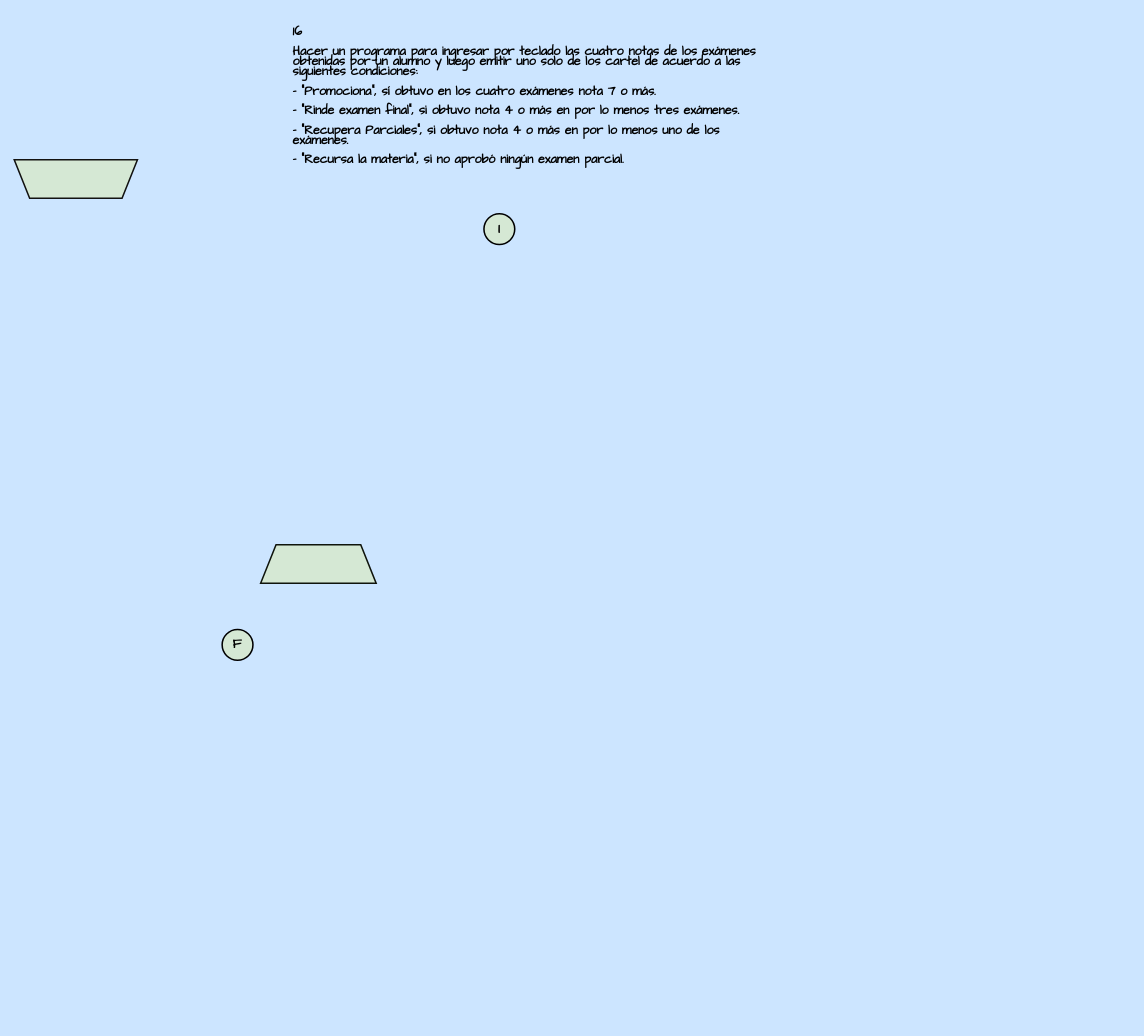
SASOPELANA/UTN_PROGRAMACION1 keeps this draw.io diagram as Unidad2_Condicionales/Diagramas_de_Flujos/Ejercicio16.drawio. Above is the earlier version. Source tidied: cells renumbered, new cells numbered last; positions are measured from the earlier drawing's top-left corner, leaving out a move shared by most shapes. Both pictures are drawn from the tidied source at 77%, with x=0, y=0 at pixel (14, 13).
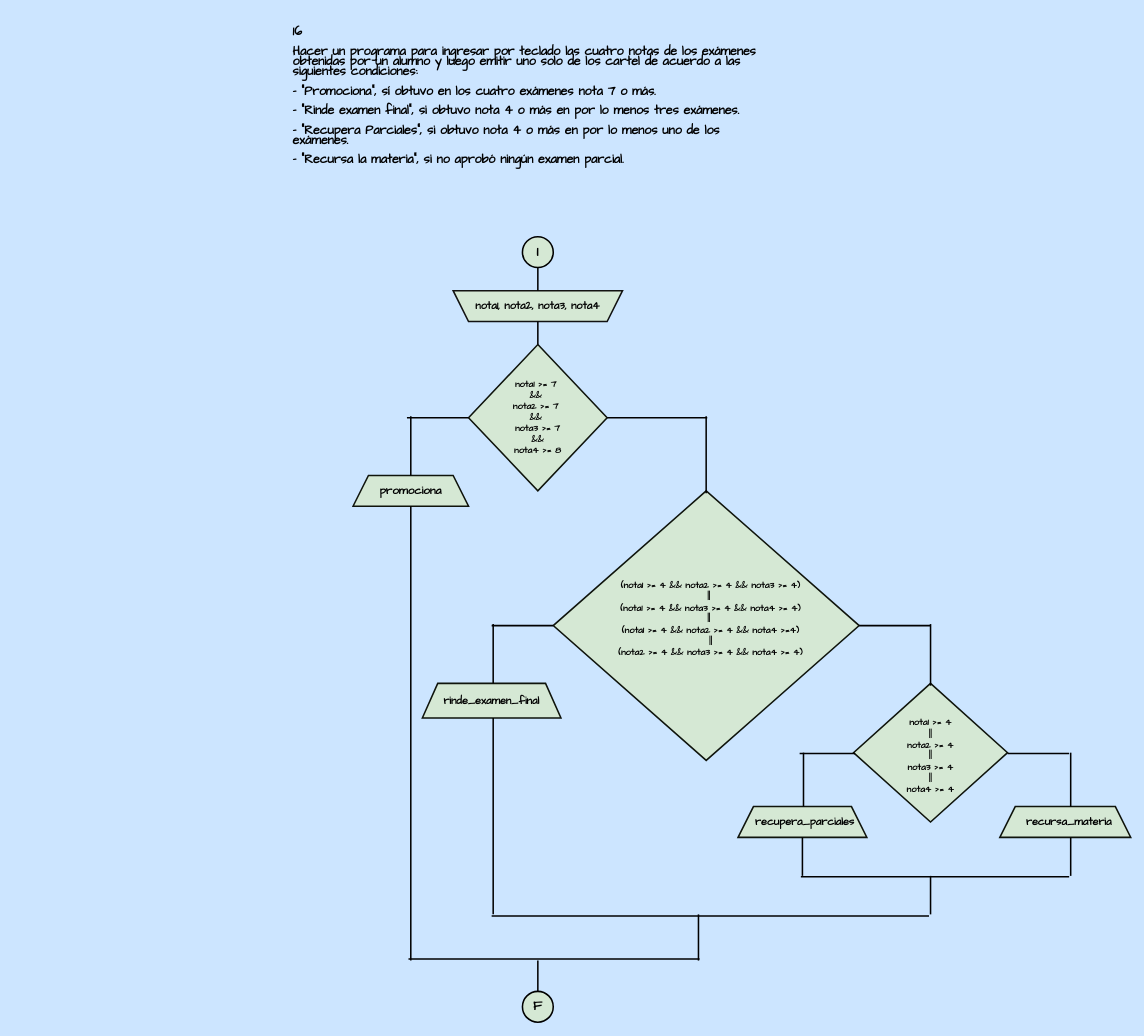
The same diagram, later.

What changed in the source:
```diff
@@
-    <mxCell id="3" style="shape=trapezoid;perimeter=trapezoidPerimeter;whiteSpace=wrap;html=1;fixedSize=1;rounded=0;labelBackgroundColor=none;strokeColor=#121211;strokeWidth=2;align=center;verticalAlign=middle;fontFamily=Helvetica;fontSize=12;fontColor=default;fillColor=#d5e8d4;direction=west;" parent="1" vertex="1">
-      <mxGeometry y="190" width="160" height="50" as="geometry" />
-    </mxCell>
-    <mxCell id="4" style="shape=trapezoid;perimeter=trapezoidPerimeter;whiteSpace=wrap;html=1;fixedSize=1;rounded=0;labelBackgroundColor=none;strokeColor=#0F140C;strokeWidth=2;align=center;verticalAlign=middle;fontFamily=Helvetica;fontSize=12;fontColor=default;fillColor=#d5e8d4;" parent="1" vertex="1">
-      <mxGeometry x="320" y="690" width="150" height="50" as="geometry" />
-    </mxCell>
+    <mxCell id="11" style="group;" parent="1" vertex="1">
+      <mxGeometry x="440" y="290" width="1010" height="1020" as="geometry" />
+    </mxCell>
-    <mxCell id="5" style="group;" parent="1" vertex="1">
-      <mxGeometry x="610" y="260" width="40" height="40" as="geometry" />
+    <mxCell id="5" style="group;" parent="11" vertex="1">
+      <mxGeometry x="220" width="40" height="40" as="geometry" />
     </mxCell>
@@
-    <mxCell id="8" style="group;" parent="1" vertex="1">
-      <mxGeometry x="270" y="800" width="40" height="40" as="geometry" />
+    <mxCell id="8" style="group;" parent="11" vertex="1">
+      <mxGeometry x="220" y="980" width="40" height="40" as="geometry" />
     </mxCell>
@@
+    <mxCell id="12" style="group;" parent="11" vertex="1">
+      <mxGeometry x="130" y="70" width="220" height="40" as="geometry" />
+    </mxCell>
+    <mxCell id="3" style="shape=trapezoid;perimeter=trapezoidPerimeter;whiteSpace=wrap;html=1;fixedSize=1;rounded=0;labelBackgroundColor=none;strokeColor=#121211;strokeWidth=2;align=center;verticalAlign=middle;fontFamily=Helvetica;fontSize=12;fontColor=default;fillColor=#d5e8d4;direction=west;" parent="12" vertex="1">
+      <mxGeometry width="220" height="40" as="geometry" />
+    </mxCell>
+    <mxCell id="13" value="&lt;font size=&quot;1&quot; face=&quot;Comic Sans MS&quot; color=&quot;#000000&quot;&gt;&lt;b style=&quot;font-size: 14px;&quot;&gt;nota1, nota2, nota3, nota4&lt;/b&gt;&lt;/font&gt;" style="text;strokeColor=none;align=center;fillColor=none;html=1;verticalAlign=middle;whiteSpace=wrap;rounded=0;fontFamily=Architects Daughter;" parent="12" vertex="1">
+      <mxGeometry x="10" width="200" height="40" as="geometry" />
+    </mxCell>
+    <mxCell id="14" style="line;strokeWidth=2;direction=south;html=1;hachureGap=4;fontFamily=Architects Daughter;strokeColor=#000000;" parent="12" vertex="1">
+      <mxGeometry x="105" y="-30" width="10" height="30" as="geometry" />
+    </mxCell>
+    <mxCell id="15" style="group;" parent="11" vertex="1">
+      <mxGeometry x="150" y="140" width="180" height="190" as="geometry" />
+    </mxCell>
+    <mxCell id="16" style="rhombus;whiteSpace=wrap;html=1;rounded=0;labelBackgroundColor=none;strokeColor=#0F140C;strokeWidth=2;align=center;verticalAlign=middle;fontFamily=Helvetica;fontSize=12;fontColor=default;fillColor=#d5e8d4;" parent="15" vertex="1">
+      <mxGeometry width="180" height="190" as="geometry" />
+    </mxCell>
+    <mxCell id="17" value="&lt;font color=&quot;#000000&quot; face=&quot;Comic Sans MS&quot;&gt;&lt;b&gt;nota1 &amp;gt;= 7&amp;nbsp;&lt;/b&gt;&lt;/font&gt;&lt;div&gt;&lt;font color=&quot;#000000&quot; face=&quot;Comic Sans MS&quot;&gt;&lt;b&gt;&amp;amp;&amp;amp;&amp;nbsp;&lt;/b&gt;&lt;/font&gt;&lt;/div&gt;&lt;div&gt;&lt;font color=&quot;#000000&quot; face=&quot;Comic Sans MS&quot;&gt;&lt;b&gt;nota2 &amp;gt;= 7&amp;nbsp;&lt;/b&gt;&lt;/font&gt;&lt;/div&gt;&lt;div&gt;&lt;font color=&quot;#000000&quot; face=&quot;Comic Sans MS&quot;&gt;&lt;b&gt;&amp;amp;&amp;amp;&amp;nbsp;&lt;/b&gt;&lt;/font&gt;&lt;/div&gt;&lt;div&gt;&lt;font color=&quot;#000000&quot; face=&quot;Comic Sans MS&quot;&gt;&lt;b&gt;nota3 &amp;gt;= 7&lt;/b&gt;&lt;/font&gt;&lt;/div&gt;&lt;div&gt;&lt;font color=&quot;#000000&quot; face=&quot;Comic Sans MS&quot;&gt;&lt;b&gt;&amp;amp;&amp;amp;&lt;/b&gt;&lt;/font&gt;&lt;/div&gt;&lt;div&gt;&lt;font color=&quot;#000000&quot; face=&quot;Comic Sans MS&quot;&gt;&lt;b&gt;nota4 &amp;gt;= 8&lt;/b&gt;&lt;/font&gt;&lt;/div&gt;" style="text;strokeColor=none;align=center;fillColor=none;html=1;verticalAlign=middle;whiteSpace=wrap;rounded=0;fontFamily=Architects Daughter;" parent="15" vertex="1">
+      <mxGeometry x="40" y="35" width="100" height="120" as="geometry" />
+    </mxCell>
+    <mxCell id="18" style="group;" parent="11" vertex="1">
+      <mxGeometry y="310" width="150" height="40" as="geometry" />
+    </mxCell>
+    <mxCell id="4" style="shape=trapezoid;perimeter=trapezoidPerimeter;whiteSpace=wrap;html=1;fixedSize=1;rounded=0;labelBackgroundColor=none;strokeColor=#0F140C;strokeWidth=2;align=center;verticalAlign=middle;fontFamily=Helvetica;fontSize=12;fontColor=default;fillColor=#d5e8d4;" parent="18" vertex="1">
+      <mxGeometry width="150" height="40" as="geometry" />
+    </mxCell>
+    <mxCell id="19" value="&lt;font color=&quot;#000000&quot; size=&quot;1&quot; face=&quot;Comic Sans MS&quot;&gt;&lt;b style=&quot;font-size: 15px;&quot;&gt;promociona&lt;/b&gt;&lt;/font&gt;" style="text;strokeColor=none;align=center;fillColor=none;html=1;verticalAlign=middle;whiteSpace=wrap;rounded=0;fontFamily=Architects Daughter;" parent="18" vertex="1">
+      <mxGeometry x="15" y="5" width="120" height="30" as="geometry" />
+    </mxCell>
+    <mxCell id="20" style="group;" parent="11" vertex="1">
+      <mxGeometry x="260" y="330" width="397.3" height="350" as="geometry" />
+    </mxCell>
+    <mxCell id="21" style="rhombus;whiteSpace=wrap;html=1;rounded=0;labelBackgroundColor=none;strokeColor=#0F140C;strokeWidth=2;align=center;verticalAlign=middle;fontFamily=Helvetica;fontSize=12;fontColor=default;fillColor=#d5e8d4;" parent="20" vertex="1">
+      <mxGeometry width="397.3" height="350" as="geometry" />
+    </mxCell>
+    <mxCell id="22" value="&lt;b&gt;&lt;font face=&quot;Comic Sans MS&quot; color=&quot;#000000&quot;&gt;(nota1 &amp;gt;= 4 &amp;amp;&amp;amp; nota2 &amp;gt;= 4 &amp;amp;&amp;amp; nota3 &amp;gt;= 4)&amp;nbsp;&lt;/font&gt;&lt;/b&gt;&lt;div&gt;&lt;b&gt;&lt;font face=&quot;Comic Sans MS&quot; color=&quot;#000000&quot;&gt;||&amp;nbsp;&amp;nbsp;&lt;/font&gt;&lt;/b&gt;&lt;/div&gt;&lt;div&gt;&lt;b&gt;&lt;font face=&quot;Comic Sans MS&quot; color=&quot;#000000&quot;&gt;(nota1 &amp;gt;= 4 &amp;amp;&amp;amp; nota3 &amp;gt;= 4 &amp;amp;&amp;amp; nota4 &amp;gt;= 4)&amp;nbsp;&lt;/font&gt;&lt;/b&gt;&lt;/div&gt;&lt;div&gt;&lt;b&gt;&lt;font face=&quot;Comic Sans MS&quot; color=&quot;#000000&quot;&gt;||&amp;nbsp;&amp;nbsp;&lt;/font&gt;&lt;/b&gt;&lt;/div&gt;&lt;div&gt;&lt;b&gt;&lt;font face=&quot;Comic Sans MS&quot; color=&quot;#000000&quot;&gt;(nota1 &amp;gt;= 4 &amp;amp;&amp;amp; nota2 &amp;gt;= 4 &amp;amp;&amp;amp; nota4 &amp;gt;=4)&amp;nbsp;&lt;/font&gt;&lt;/b&gt;&lt;/div&gt;&lt;div&gt;&lt;b&gt;&lt;font face=&quot;Comic Sans MS&quot; color=&quot;#000000&quot;&gt;&amp;nbsp; ||&amp;nbsp; &amp;nbsp;&lt;/font&gt;&lt;/b&gt;&lt;/div&gt;&lt;div&gt;&lt;b&gt;&lt;font face=&quot;Comic Sans MS&quot; color=&quot;#000000&quot;&gt;&amp;nbsp;(nota2 &amp;gt;= 4 &amp;amp;&amp;amp; nota3 &amp;gt;= 4 &amp;amp;&amp;amp; nota4 &amp;gt;= 4)&amp;nbsp;&amp;nbsp;&lt;/font&gt;&lt;/b&gt;&lt;/div&gt;" style="text;whiteSpace=wrap;html=1;fontFamily=Architects Daughter;align=center;" parent="20" vertex="1">
+      <mxGeometry x="67" y="110" width="280" height="130" as="geometry" />
+    </mxCell>
+    <mxCell id="23" style="group;" parent="11" vertex="1">
+      <mxGeometry x="650" y="580" width="200" height="180" as="geometry" />
+    </mxCell>
+    <mxCell id="24" style="rhombus;whiteSpace=wrap;html=1;rounded=0;labelBackgroundColor=none;strokeColor=#0F140C;strokeWidth=2;align=center;verticalAlign=middle;fontFamily=Helvetica;fontSize=12;fontColor=default;fillColor=#d5e8d4;" parent="23" vertex="1">
+      <mxGeometry width="200" height="180" as="geometry" />
+    </mxCell>
+    <mxCell id="25" value="&lt;b&gt;&lt;font color=&quot;#000000&quot; face=&quot;Comic Sans MS&quot; style=&quot;font-size: 12px;&quot;&gt;nota1 &amp;gt;= 4&lt;/font&gt;&lt;/b&gt;&lt;div&gt;&lt;b&gt;&lt;font color=&quot;#000000&quot; face=&quot;Comic Sans MS&quot; style=&quot;font-size: 12px;&quot;&gt;||&lt;/font&gt;&lt;/b&gt;&lt;/div&gt;&lt;div&gt;&lt;b&gt;&lt;font color=&quot;#000000&quot; face=&quot;Comic Sans MS&quot; style=&quot;font-size: 12px;&quot;&gt;nota2 &amp;gt;= 4&lt;/font&gt;&lt;/b&gt;&lt;/div&gt;&lt;div&gt;&lt;b&gt;&lt;font color=&quot;#000000&quot; face=&quot;Comic Sans MS&quot; style=&quot;font-size: 12px;&quot;&gt;||&lt;/font&gt;&lt;/b&gt;&lt;/div&gt;&lt;div&gt;&lt;b&gt;&lt;font color=&quot;#000000&quot; face=&quot;Comic Sans MS&quot; style=&quot;font-size: 12px;&quot;&gt;nota3 &amp;gt;= 4&lt;/font&gt;&lt;/b&gt;&lt;/div&gt;&lt;div&gt;&lt;font face=&quot;Comic Sans MS&quot; color=&quot;#000000&quot;&gt;&lt;b&gt;||&lt;/b&gt;&lt;/font&gt;&lt;/div&gt;&lt;div&gt;&lt;font face=&quot;Comic Sans MS&quot; color=&quot;#000000&quot;&gt;&lt;b&gt;nota4 &amp;gt;= 4&lt;/b&gt;&lt;/font&gt;&lt;/div&gt;" style="text;strokeColor=none;align=center;fillColor=none;html=1;verticalAlign=middle;whiteSpace=wrap;rounded=0;fontFamily=Architects Daughter;" parent="23" vertex="1">
+      <mxGeometry x="55" y="35" width="90" height="120" as="geometry" />
+    </mxCell>
+    <mxCell id="26" style="group;" parent="11" vertex="1">
+      <mxGeometry x="90" y="580" width="180" height="45" as="geometry" />
+    </mxCell>
+    <mxCell id="27" style="shape=trapezoid;perimeter=trapezoidPerimeter;whiteSpace=wrap;html=1;fixedSize=1;rounded=0;labelBackgroundColor=none;strokeColor=#0F140C;strokeWidth=2;align=center;verticalAlign=middle;fontFamily=Helvetica;fontSize=12;fontColor=default;fillColor=#d5e8d4;" parent="26" vertex="1">
+      <mxGeometry width="180" height="45" as="geometry" />
+    </mxCell>
+    <mxCell id="28" value="&lt;b&gt;&lt;font style=&quot;font-size: 14px;&quot; color=&quot;#000000&quot; face=&quot;Comic Sans MS&quot;&gt;rinde_examen_final&lt;/font&gt;&lt;/b&gt;" style="text;strokeColor=none;align=center;fillColor=none;html=1;verticalAlign=middle;whiteSpace=wrap;rounded=0;fontFamily=Architects Daughter;" parent="26" vertex="1">
+      <mxGeometry x="15" y="7.5" width="150" height="30" as="geometry" />
+    </mxCell>
+    <mxCell id="29" style="group;" parent="11" vertex="1">
+      <mxGeometry x="500" y="740" width="167.3" height="40" as="geometry" />
+    </mxCell>
+    <mxCell id="30" style="shape=trapezoid;perimeter=trapezoidPerimeter;whiteSpace=wrap;html=1;fixedSize=1;rounded=0;labelBackgroundColor=none;strokeColor=#0F140C;strokeWidth=2;align=center;verticalAlign=middle;fontFamily=Helvetica;fontSize=12;fontColor=default;fillColor=#d5e8d4;" parent="29" vertex="1">
+      <mxGeometry width="167.3" height="40" as="geometry" />
+    </mxCell>
+    <mxCell id="31" value="&lt;b&gt;&lt;font color=&quot;#000000&quot; style=&quot;font-size: 14px;&quot; face=&quot;Comic Sans MS&quot;&gt;recupera_parciales&lt;/font&gt;&lt;/b&gt;" style="text;strokeColor=none;align=center;fillColor=none;html=1;verticalAlign=middle;whiteSpace=wrap;rounded=0;fontFamily=Architects Daughter;" parent="29" vertex="1">
+      <mxGeometry x="17.3" y="5" width="140" height="30" as="geometry" />
+    </mxCell>
+    <mxCell id="32" style="group;" parent="11" vertex="1">
+      <mxGeometry x="840" y="740" width="170" height="40" as="geometry" />
+    </mxCell>
+    <mxCell id="33" style="shape=trapezoid;perimeter=trapezoidPerimeter;whiteSpace=wrap;html=1;fixedSize=1;rounded=0;labelBackgroundColor=none;strokeColor=#0F140C;strokeWidth=2;align=center;verticalAlign=middle;fontFamily=Helvetica;fontSize=12;fontColor=default;fillColor=#d5e8d4;" parent="32" vertex="1">
+      <mxGeometry width="170" height="40" as="geometry" />
+    </mxCell>
+    <mxCell id="34" value="&lt;b&gt;&lt;font color=&quot;#000000&quot; style=&quot;font-size: 14px;&quot; face=&quot;Comic Sans MS&quot;&gt;recursa_materia&lt;/font&gt;&lt;/b&gt;" style="text;strokeColor=none;align=center;fillColor=none;html=1;verticalAlign=middle;whiteSpace=wrap;rounded=0;fontFamily=Architects Daughter;" parent="32" vertex="1">
+      <mxGeometry x="20" y="5" width="140" height="30" as="geometry" />
+    </mxCell>
+    <mxCell id="35" style="line;strokeWidth=2;direction=south;html=1;hachureGap=4;fontFamily=Architects Daughter;strokeColor=#000000;" parent="11" vertex="1">
+      <mxGeometry x="927" y="780" width="10" height="50" as="geometry" />
+    </mxCell>
+    <mxCell id="36" style="line;strokeWidth=2;direction=south;html=1;hachureGap=4;fontFamily=Architects Daughter;strokeColor=#000000;" parent="11" vertex="1">
+      <mxGeometry x="177" y="625" width="10" height="255" as="geometry" />
+    </mxCell>
+    <mxCell id="37" style="line;strokeWidth=2;direction=south;html=1;hachureGap=4;fontFamily=Architects Daughter;strokeColor=#000000;" parent="11" vertex="1">
+      <mxGeometry x="70" y="350" width="10" height="590" as="geometry" />
+    </mxCell>
+    <mxCell id="38" style="line;strokeWidth=2;direction=south;html=1;hachureGap=4;fontFamily=Architects Daughter;strokeColor=#000000;" parent="11" vertex="1">
+      <mxGeometry x="578.6" y="780" width="10" height="50" as="geometry" />
+    </mxCell>
+    <mxCell id="39" style="line;strokeWidth=2;direction=south;html=1;hachureGap=4;fontFamily=Architects Daughter;strokeColor=#000000;" parent="11" vertex="1">
+      <mxGeometry x="580" y="670" width="10" height="70" as="geometry" />
+    </mxCell>
+    <mxCell id="40" style="line;strokeWidth=2;direction=south;html=1;hachureGap=4;fontFamily=Architects Daughter;strokeColor=#000000;" parent="11" vertex="1">
+      <mxGeometry x="177" y="503" width="10" height="77" as="geometry" />
+    </mxCell>
+    <mxCell id="41" style="line;strokeWidth=2;direction=south;html=1;hachureGap=4;fontFamily=Architects Daughter;strokeColor=#000000;" parent="11" vertex="1">
+      <mxGeometry x="235" y="110" width="10" height="30" as="geometry" />
+    </mxCell>
+    <mxCell id="42" style="line;strokeWidth=2;direction=south;html=1;hachureGap=4;fontFamily=Architects Daughter;strokeColor=#000000;" parent="11" vertex="1">
+      <mxGeometry x="70" y="233" width="10" height="77" as="geometry" />
+    </mxCell>
+    <mxCell id="43" style="line;strokeWidth=2;direction=south;html=1;hachureGap=4;fontFamily=Architects Daughter;strokeColor=#000000;" parent="11" vertex="1">
+      <mxGeometry x="453.6" y="233" width="10" height="100" as="geometry" />
+    </mxCell>
+    <mxCell id="44" style="line;strokeWidth=2;direction=south;html=1;hachureGap=4;fontFamily=Architects Daughter;strokeColor=#000000;" parent="11" vertex="1">
+      <mxGeometry x="235" y="940" width="10" height="40" as="geometry" />
+    </mxCell>
+    <mxCell id="45" style="line;strokeWidth=2;direction=south;html=1;hachureGap=4;fontFamily=Architects Daughter;strokeColor=#000000;" parent="11" vertex="1">
+      <mxGeometry x="927" y="670" width="10" height="70" as="geometry" />
+    </mxCell>
+    <mxCell id="46" style="line;strokeWidth=2;direction=south;html=1;hachureGap=4;fontFamily=Architects Daughter;strokeColor=#000000;" parent="11" vertex="1">
+      <mxGeometry x="745" y="503" width="10" height="80" as="geometry" />
+    </mxCell>
+    <mxCell id="47" style="line;strokeWidth=2;direction=south;html=1;hachureGap=4;fontFamily=Architects Daughter;strokeColor=#000000;" parent="11" vertex="1">
+      <mxGeometry x="745" y="830" width="10" height="50" as="geometry" />
+    </mxCell>
+    <mxCell id="48" style="line;strokeWidth=2;html=1;perimeter=backbonePerimeter;hachureGap=4;fontFamily=Architects Daughter;strokeColor=#000000;" parent="11" vertex="1">
+      <mxGeometry x="657.3" y="500" width="92.7" height="10" as="geometry" />
+    </mxCell>
+    <mxCell id="49" style="line;strokeWidth=2;html=1;perimeter=backbonePerimeter;hachureGap=4;fontFamily=Architects Daughter;strokeColor=#000000;" parent="11" vertex="1">
+      <mxGeometry x="180" y="877" width="568" height="10" as="geometry" />
+    </mxCell>
+    <mxCell id="50" style="line;strokeWidth=2;html=1;perimeter=backbonePerimeter;hachureGap=4;fontFamily=Architects Daughter;strokeColor=#000000;" parent="11" vertex="1">
+      <mxGeometry x="850" y="666" width="80" height="10" as="geometry" />
+    </mxCell>
+    <mxCell id="51" style="line;strokeWidth=2;html=1;perimeter=backbonePerimeter;hachureGap=4;fontFamily=Architects Daughter;strokeColor=#000000;" parent="11" vertex="1">
+      <mxGeometry x="580" y="666" width="72" height="10" as="geometry" />
+    </mxCell>
+    <mxCell id="52" style="line;strokeWidth=2;html=1;perimeter=backbonePerimeter;hachureGap=4;fontFamily=Architects Daughter;strokeColor=#000000;" parent="11" vertex="1">
+      <mxGeometry x="581.6" y="826" width="348.4" height="10" as="geometry" />
+    </mxCell>
+    <mxCell id="53" style="line;strokeWidth=2;html=1;perimeter=backbonePerimeter;hachureGap=4;fontFamily=Architects Daughter;strokeColor=#000000;" parent="11" vertex="1">
+      <mxGeometry x="72" y="933" width="378" height="10" as="geometry" />
+    </mxCell>
+    <mxCell id="54" style="line;strokeWidth=2;html=1;perimeter=backbonePerimeter;hachureGap=4;fontFamily=Architects Daughter;strokeColor=#000000;" parent="11" vertex="1">
+      <mxGeometry x="180" y="500" width="80" height="10" as="geometry" />
+    </mxCell>
+    <mxCell id="55" style="line;strokeWidth=2;html=1;perimeter=backbonePerimeter;hachureGap=4;fontFamily=Architects Daughter;strokeColor=#000000;" parent="11" vertex="1">
+      <mxGeometry x="330" y="230" width="130" height="10" as="geometry" />
+    </mxCell>
+    <mxCell id="56" style="line;strokeWidth=2;html=1;perimeter=backbonePerimeter;hachureGap=4;fontFamily=Architects Daughter;strokeColor=#000000;" parent="11" vertex="1">
+      <mxGeometry x="70" y="230" width="80" height="10" as="geometry" />
+    </mxCell>
+    <mxCell id="57" style="line;strokeWidth=2;direction=south;html=1;hachureGap=4;fontFamily=Architects Daughter;strokeColor=#000000;" parent="11" vertex="1">
+      <mxGeometry x="443.6" y="880" width="10" height="60" as="geometry" />
+    </mxCell>
```
